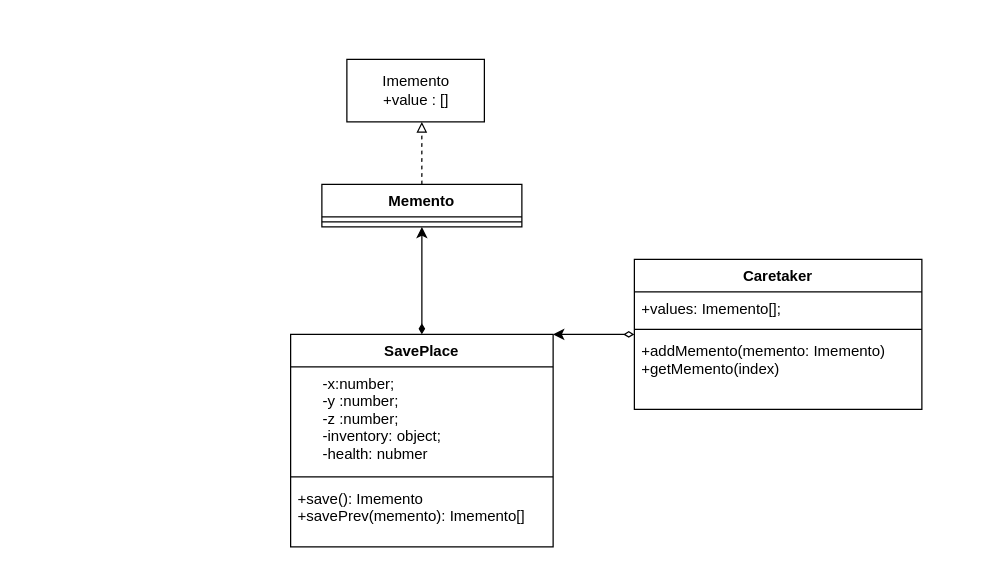
The draw.io diagram Behaviour/Memento/memento.drawio in danil-jpg/MyPatterns, before the edit. Source tidied: cells renumbered, new cells numbered last; positions are measured from the earlier drawing's top-left corner, leaving out a move shared by most shapes. Both pictures are drawn from the tidied source at 125%, with x=0, y=0 at pixel (290, 59).
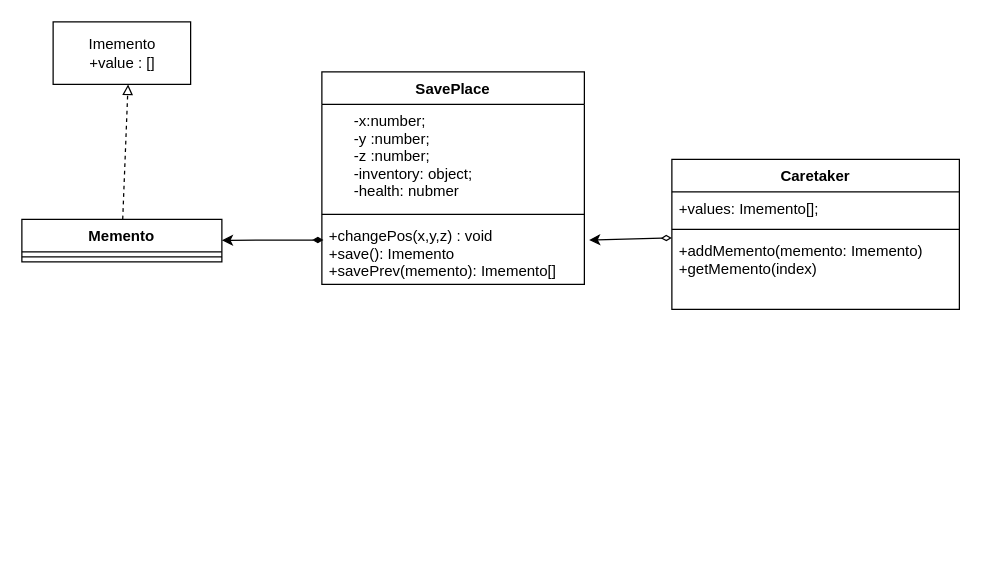
The same page after the edit.

Change to the diagram source:
```diff
@@
 <mxGraphModel>
   <root>
     <mxCell id="0" />
     <mxCell id="1" parent="0" />
-    <mxCell id="2" style="edgeStyle=none;html=1;endArrow=classic;endFill=1;startArrow=diamondThin;startFill=1;" parent="1" edge="1" source="3" target="14">
+    <mxCell id="2" style="edgeStyle=none;html=1;endArrow=classic;endFill=1;startArrow=diamondThin;startFill=1;exitX=0.006;exitY=0.317;exitDx=0;exitDy=0;exitPerimeter=0;" parent="1" edge="1" source="6" target="14">
       <mxGeometry relative="1" as="geometry" />
     </mxCell>
     <mxCell id="3" value="SavePlace" style="swimlane;fontStyle=1;align=center;verticalAlign=top;horizontal=1;startSize=26;" parent="1" vertex="1">
-      <mxGeometry y="220" width="210" height="170" as="geometry" />
+      <mxGeometry x="25" y="10" width="210" height="170" as="geometry" />
     </mxCell>
     <mxCell id="4" value="      -x:number;&#10;      -y :number;&#10;      -z :number;&#10;      -inventory: object;&#10;      -health: nubmer&#10;" style="text;strokeColor=none;fillColor=none;align=left;verticalAlign=top;spacingLeft=4;spacingRight=4;overflow=hidden;" parent="3" vertex="1">
       <mxGeometry y="26" width="210" height="84" as="geometry" />
     </mxCell>
     <mxCell id="5" style="line;strokeWidth=1;fillColor=none;align=left;verticalAlign=middle;spacingTop=-1;spacingLeft=3;spacingRight=3;labelPosition=right;" parent="3" vertex="1">
       <mxGeometry y="110" width="210" height="8" as="geometry" />
     </mxCell>
-    <mxCell id="6" value="+save(): Imemento&#10;+savePrev(memento): Imemento[]" style="text;strokeColor=none;fillColor=none;align=left;verticalAlign=top;spacingLeft=4;spacingRight=4;overflow=hidden;points=[[0,0.5],[1,0.5]];portConstraint=eastwest;" parent="3" vertex="1">
+    <mxCell id="6" value="+changePos(x,y,z) : void&#10;+save(): Imemento&#10;+savePrev(memento): Imemento[]" style="text;strokeColor=none;fillColor=none;align=left;verticalAlign=top;spacingLeft=4;spacingRight=4;overflow=hidden;points=[[0,0.5],[1,0.5]];portConstraint=eastwest;" parent="3" vertex="1">
       <mxGeometry y="118" width="210" height="52" as="geometry" />
     </mxCell>
     <mxCell id="7" value="Imemento&lt;br&gt;+value : []" style="html=1;" parent="1" vertex="1">
-      <mxGeometry x="45" width="110" height="50" as="geometry" />
+      <mxGeometry x="-190" y="-30" width="110" height="50" as="geometry" />
     </mxCell>
-    <mxCell id="8" style="edgeStyle=none;html=1;entryX=1;entryY=0;entryDx=0;entryDy=0;startArrow=diamondThin;startFill=0;endArrow=classic;endFill=1;" parent="1" edge="1" source="9" target="3">
+    <mxCell id="8" style="edgeStyle=none;html=1;startArrow=diamondThin;startFill=0;endArrow=classic;endFill=1;entryX=1.018;entryY=0.317;entryDx=0;entryDy=0;entryPerimeter=0;" parent="1" edge="1" source="9" target="6">
       <mxGeometry relative="1" as="geometry" />
     </mxCell>
     <mxCell id="9" value="Caretaker" style="swimlane;fontStyle=1;align=center;verticalAlign=top;horizontal=1;startSize=26;" parent="1" vertex="1">
-      <mxGeometry x="275" y="160" width="230" height="120" as="geometry" />
+      <mxGeometry x="305" y="80" width="230" height="120" as="geometry" />
     </mxCell>
     <mxCell id="10" value="+values: Imemento[];" style="text;strokeColor=none;fillColor=none;align=left;verticalAlign=top;spacingLeft=4;spacingRight=4;overflow=hidden;" parent="9" vertex="1">
       <mxGeometry y="26" width="230" height="26" as="geometry" />
     </mxCell>
     <mxCell id="11" style="line;strokeWidth=1;fillColor=none;align=left;verticalAlign=middle;spacingTop=-1;spacingLeft=3;spacingRight=3;labelPosition=right;" parent="9" vertex="1">
       <mxGeometry y="52" width="230" height="8" as="geometry" />
     </mxCell>
     <mxCell id="12" value="+addMemento(memento: Imemento)&#10;+getMemento(index)" style="text;strokeColor=none;fillColor=none;align=left;verticalAlign=top;spacingLeft=4;spacingRight=4;overflow=hidden;" parent="9" vertex="1">
       <mxGeometry y="60" width="230" height="60" as="geometry" />
     </mxCell>
     <mxCell id="13" style="edgeStyle=none;html=1;entryX=0.545;entryY=1;entryDx=0;entryDy=0;entryPerimeter=0;endArrow=block;endFill=0;dashed=1;" parent="1" edge="1" source="14" target="7">
       <mxGeometry relative="1" as="geometry" />
     </mxCell>
     <mxCell id="14" value="Memento" style="swimlane;fontStyle=1;align=center;verticalAlign=top;horizontal=1;startSize=26;" parent="1" vertex="1">
-      <mxGeometry x="25" y="100" width="160" height="34" as="geometry" />
+      <mxGeometry x="-215" y="128" width="160" height="34" as="geometry" />
     </mxCell>
     <mxCell id="15" style="line;strokeWidth=1;fillColor=none;align=left;verticalAlign=middle;spacingTop=-1;spacingLeft=3;spacingRight=3;labelPosition=right;" parent="14" vertex="1">
       <mxGeometry y="26" width="160" height="8" as="geometry" />
     </mxCell>
   </root>
 </mxGraphModel>
```
